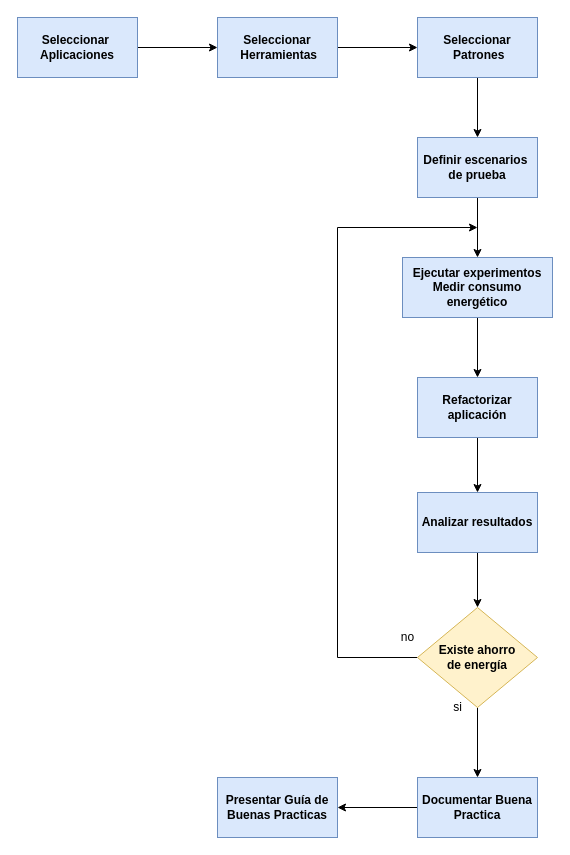
Before: Estrategia de trabajo.drawio in XimenaB01/AgendaDocente, a draw.io diagram. Source tidied: cells renumbered, new cells numbered last; positions are measured from the earlier drawing's top-left corner, leaving out a move shared by most shapes. Both pictures are drawn from the tidied source at 100%, with x=0, y=0 at pixel (17, 17).
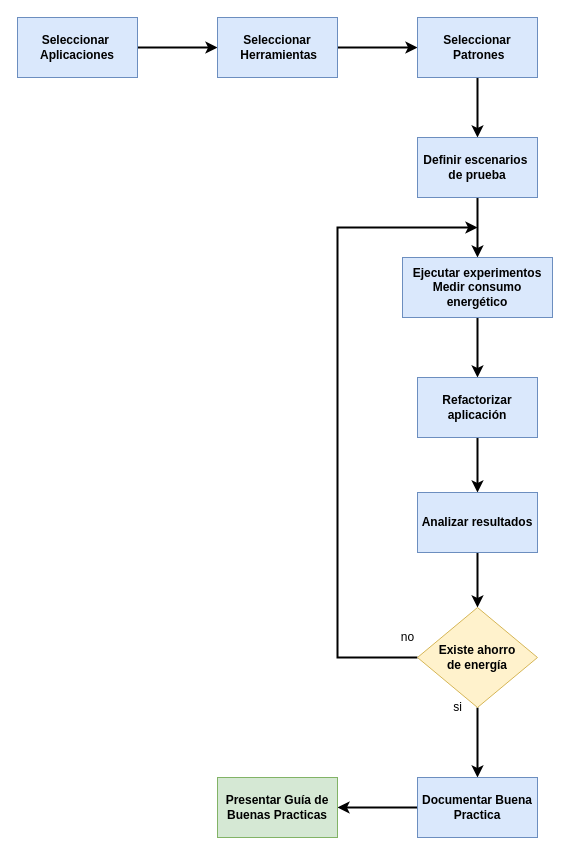
After the change.

Unchanged cells that the change refers to:
```xml
<mxCell id="3" value="&lt;b&gt;Seleccionar&amp;nbsp; Aplicaciones&lt;/b&gt;" style="rounded=0;whiteSpace=wrap;html=1;fillColor=#dae8fc;strokeColor=#6c8ebf;" parent="1" vertex="1">
  <mxGeometry width="120" height="60" as="geometry" />
</mxCell>
<mxCell id="5" value="&lt;b&gt;Seleccionar&lt;br&gt;&amp;nbsp;Herramientas&lt;/b&gt;" style="rounded=0;whiteSpace=wrap;html=1;fillColor=#dae8fc;strokeColor=#6c8ebf;" parent="1" vertex="1">
  <mxGeometry x="200" width="120" height="60" as="geometry" />
</mxCell>
<mxCell id="7" value="&lt;b&gt;Seleccionar&lt;br&gt;&amp;nbsp;Patrones&lt;/b&gt;" style="rounded=0;whiteSpace=wrap;html=1;fillColor=#dae8fc;strokeColor=#6c8ebf;" parent="1" vertex="1">
  <mxGeometry x="400" width="120" height="60" as="geometry" />
</mxCell>
<mxCell id="9" value="&lt;b&gt;Definir escenarios&amp;nbsp;&lt;br&gt;de prueba&lt;/b&gt;" style="rounded=0;whiteSpace=wrap;html=1;fillColor=#dae8fc;strokeColor=#6c8ebf;" parent="1" vertex="1">
  <mxGeometry x="400" y="120" width="120" height="60" as="geometry" />
</mxCell>
<mxCell id="11" value="&lt;b&gt;Ejecutar experimentos&lt;/b&gt;&lt;br&gt;&lt;b&gt;Medir consumo energético&lt;/b&gt;" style="rounded=0;whiteSpace=wrap;html=1;fillColor=#dae8fc;strokeColor=#6c8ebf;" parent="1" vertex="1">
  <mxGeometry x="385" y="240" width="150" height="60" as="geometry" />
</mxCell>
<mxCell id="13" value="&lt;b&gt;Refactorizar aplicación&lt;/b&gt;" style="whiteSpace=wrap;html=1;fillColor=#dae8fc;strokeColor=#6c8ebf;rounded=0;" parent="1" vertex="1">
  <mxGeometry x="400" y="360" width="120" height="60" as="geometry" />
</mxCell>
<mxCell id="15" value="&lt;b&gt;Analizar resultados&lt;/b&gt;" style="whiteSpace=wrap;html=1;fillColor=#dae8fc;strokeColor=#6c8ebf;rounded=0;" parent="1" vertex="1">
  <mxGeometry x="400" y="475" width="120" height="60" as="geometry" />
</mxCell>
<mxCell id="18" value="&lt;b&gt;Existe ahorro de&amp;nbsp;energía&lt;/b&gt;" style="rhombus;whiteSpace=wrap;html=1;fillColor=#fff2cc;strokeColor=#d6b656;rounded=0;" parent="1" vertex="1">
  <mxGeometry x="400" y="590" width="120" height="100" as="geometry" />
</mxCell>
<mxCell id="21" value="&lt;b&gt;Documentar Buena Practica&lt;/b&gt;" style="whiteSpace=wrap;html=1;fillColor=#dae8fc;strokeColor=#6c8ebf;rounded=0;" parent="1" vertex="1">
  <mxGeometry x="400" y="760" width="120" height="60" as="geometry" />
</mxCell>
```

What changed in the source:
```diff
@@
-    <mxCell id="2" style="edgeStyle=orthogonalEdgeStyle;rounded=0;jettySize=auto;html=1;" parent="1" edge="1" source="3" target="5">
+    <mxCell id="2" style="edgeStyle=orthogonalEdgeStyle;rounded=0;jettySize=auto;html=1;strokeWidth=2;" parent="1" edge="1" source="3" target="5">
       <mxGeometry relative="1" as="geometry" />
     </mxCell>
@@
-    <mxCell id="4" style="edgeStyle=orthogonalEdgeStyle;rounded=0;jettySize=auto;html=1;" parent="1" edge="1" source="5" target="7">
+    <mxCell id="4" style="edgeStyle=orthogonalEdgeStyle;rounded=0;jettySize=auto;html=1;strokeWidth=2;" parent="1" edge="1" source="5" target="7">
       <mxGeometry relative="1" as="geometry" />
     </mxCell>
@@
-    <mxCell id="6" style="edgeStyle=orthogonalEdgeStyle;rounded=0;jettySize=auto;html=1;" parent="1" edge="1" source="7" target="9">
+    <mxCell id="6" style="edgeStyle=orthogonalEdgeStyle;rounded=0;jettySize=auto;html=1;strokeWidth=2;" parent="1" edge="1" source="7" target="9">
       <mxGeometry relative="1" as="geometry" />
     </mxCell>
@@
-    <mxCell id="8" style="edgeStyle=orthogonalEdgeStyle;rounded=0;jettySize=auto;html=1;" parent="1" edge="1" source="9" target="11">
+    <mxCell id="8" style="edgeStyle=orthogonalEdgeStyle;rounded=0;jettySize=auto;html=1;strokeWidth=2;" parent="1" edge="1" source="9" target="11">
       <mxGeometry relative="1" as="geometry" />
     </mxCell>
@@
-    <mxCell id="10" style="edgeStyle=orthogonalEdgeStyle;rounded=0;jettySize=auto;html=1;" parent="1" edge="1" source="11" target="13">
+    <mxCell id="10" style="edgeStyle=orthogonalEdgeStyle;rounded=0;jettySize=auto;html=1;strokeWidth=2;" parent="1" edge="1" source="11" target="13">
       <mxGeometry relative="1" as="geometry" />
     </mxCell>
@@
-    <mxCell id="12" style="edgeStyle=orthogonalEdgeStyle;rounded=0;jettySize=auto;html=1;" parent="1" edge="1" source="13" target="15">
+    <mxCell id="12" style="edgeStyle=orthogonalEdgeStyle;rounded=0;jettySize=auto;html=1;strokeWidth=2;" parent="1" edge="1" source="13" target="15">
       <mxGeometry relative="1" as="geometry" />
     </mxCell>
@@
-    <mxCell id="14" style="edgeStyle=orthogonalEdgeStyle;rounded=0;jettySize=auto;html=1;" parent="1" edge="1" source="15" target="18">
+    <mxCell id="14" style="edgeStyle=orthogonalEdgeStyle;rounded=0;jettySize=auto;html=1;strokeWidth=2;" parent="1" edge="1" source="15" target="18">
       <mxGeometry relative="1" as="geometry" />
     </mxCell>
@@
-    <mxCell id="16" style="edgeStyle=orthogonalEdgeStyle;rounded=0;jettySize=auto;html=1;" parent="1" edge="1" source="18">
+    <mxCell id="16" style="edgeStyle=orthogonalEdgeStyle;rounded=0;jettySize=auto;html=1;strokeWidth=2;" parent="1" edge="1" source="18">
       <mxGeometry relative="1" as="geometry">
         <mxPoint x="460" y="210" as="targetPoint" />
         <Array as="points">
           <mxPoint x="320" y="640" />
           <mxPoint x="320" y="210" />
         </Array>
       </mxGeometry>
     </mxCell>
-    <mxCell id="17" style="edgeStyle=orthogonalEdgeStyle;rounded=0;jettySize=auto;html=1;" parent="1" edge="1" source="18" target="21">
+    <mxCell id="17" style="edgeStyle=orthogonalEdgeStyle;rounded=0;jettySize=auto;html=1;strokeWidth=2;" parent="1" edge="1" source="18" target="21">
       <mxGeometry relative="1" as="geometry" />
     </mxCell>
@@
-    <mxCell id="20" style="edgeStyle=orthogonalEdgeStyle;rounded=0;jettySize=auto;html=1;" parent="1" edge="1" source="21" target="22">
+    <mxCell id="20" style="edgeStyle=orthogonalEdgeStyle;rounded=0;jettySize=auto;html=1;strokeWidth=2;" parent="1" edge="1" source="21" target="22">
       <mxGeometry relative="1" as="geometry" />
     </mxCell>
@@
-    <mxCell id="22" value="&lt;b&gt;Presentar Guía&amp;nbsp;de Buenas Practicas&lt;/b&gt;" style="whiteSpace=wrap;html=1;fillColor=#dae8fc;strokeColor=#6c8ebf;rounded=0;" parent="1" vertex="1">
+    <mxCell id="22" value="&lt;b&gt;Presentar Guía&amp;nbsp;de Buenas Practicas&lt;/b&gt;" style="whiteSpace=wrap;html=1;fillColor=#d5e8d4;strokeColor=#82b366;rounded=0;" parent="1" vertex="1">
       <mxGeometry x="200" y="760" width="120" height="60" as="geometry" />
     </mxCell>
```
